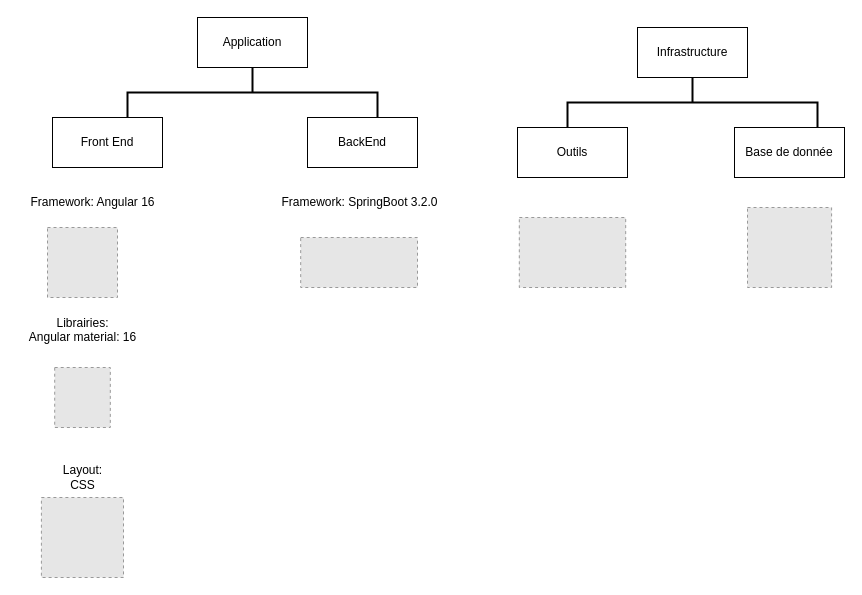
Ali0908/BDD_UML keeps this draw.io diagram as page "Schéma d'application" (5 of 5) of Diagramme sans nom.drawio. Above is the earlier version. Source tidied: cells renumbered, new cells numbered last; positions are measured from the earlier drawing's top-left corner, leaving out a move shared by most shapes. Both pictures are drawn from the tidied source at 100%, with x=0, y=0 at pixel (17, -33). Pictures stored in the file or linked from it are replaced by grey dashed boxes.
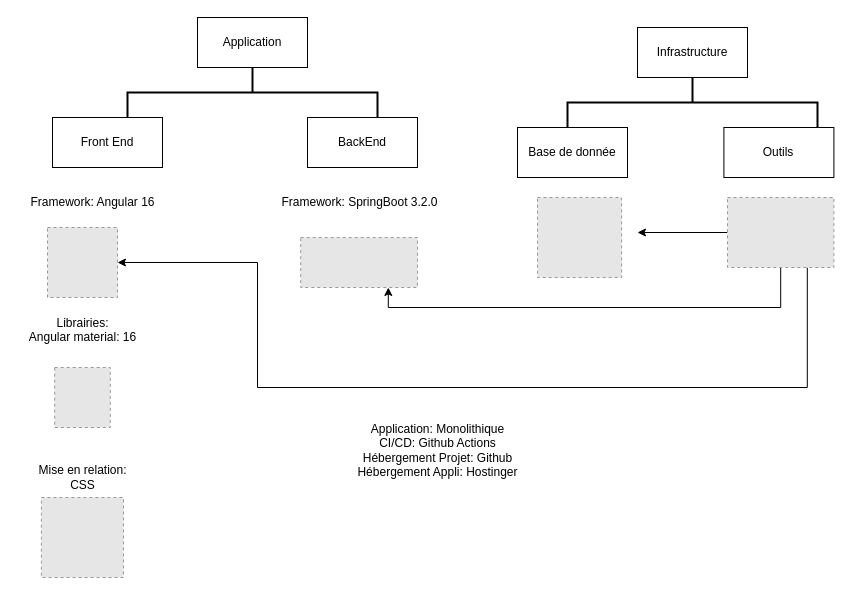
After the change.

Commit message:
Ajout des relations dans le schéma d'architecture

The change refers to these unchanged cells:
```xml
<mxCell id="6" style="fillColor=#E6E6E6;strokeColor=#999999;dashed=1;verticalLabelPosition=bottom;labelBackgroundColor=default;verticalAlign=top;" parent="1" vertex="1">
  <mxGeometry x="30" y="260" width="70" height="70" as="geometry" />
</mxCell>
<mxCell id="11" style="fillColor=#E6E6E6;strokeColor=#999999;dashed=1;verticalLabelPosition=bottom;labelBackgroundColor=default;verticalAlign=top;" parent="1" vertex="1">
  <mxGeometry x="283.2" y="270" width="116.8" height="50" as="geometry" />
</mxCell>
```

Change to the diagram source:
```diff
@@
-    <mxCell id="9" value="Layout:&lt;br&gt;CSS" style="text;html=1;align=center;verticalAlign=middle;strokeColor=none;fillColor=none;" parent="1" vertex="1">
-      <mxGeometry x="35" y="490" width="60" height="40" as="geometry" />
+    <mxCell id="9" value="Mise en relation:&lt;br&gt;CSS" style="text;html=1;align=center;verticalAlign=middle;strokeColor=none;fillColor=none;" parent="1" vertex="1">
+      <mxGeometry x="10" y="490" width="110" height="40" as="geometry" />
     </mxCell>
@@
+    <mxCell id="20" style="edgeStyle=orthogonalEdgeStyle;rounded=0;jettySize=auto;html=1;" parent="1" edge="1" source="13">
+      <mxGeometry relative="1" as="geometry">
+        <mxPoint x="620" y="265" as="targetPoint" />
+      </mxGeometry>
+    </mxCell>
+    <mxCell id="21" style="edgeStyle=orthogonalEdgeStyle;rounded=0;jettySize=auto;html=1;entryX=0.75;entryY=1;entryDx=0;entryDy=0;exitX=0.5;exitY=1;exitDx=0;exitDy=0;" parent="1" edge="1" source="13" target="11">
+      <mxGeometry relative="1" as="geometry" />
+    </mxCell>
+    <mxCell id="22" style="edgeStyle=orthogonalEdgeStyle;rounded=0;jettySize=auto;html=1;exitX=0.75;exitY=1;exitDx=0;exitDy=0;entryX=1;entryY=0.5;entryDx=0;entryDy=0;" parent="1" edge="1" source="13" target="6">
+      <mxGeometry relative="1" as="geometry">
+        <Array as="points">
+          <mxPoint x="790" y="420" />
+          <mxPoint x="240" y="420" />
+          <mxPoint x="240" y="295" />
+        </Array>
+      </mxGeometry>
+    </mxCell>
     <mxCell id="13" style="fillColor=#E6E6E6;strokeColor=#999999;dashed=1;verticalLabelPosition=bottom;labelBackgroundColor=default;verticalAlign=top;" parent="1" vertex="1">
-      <mxGeometry x="501.8" y="250" width="106.4" height="70" as="geometry" />
+      <mxGeometry x="710" y="230" width="106.4" height="70" as="geometry" />
     </mxCell>
@@
     <mxCell id="17" value="Outils" style="html=1;whiteSpace=wrap;" parent="1" vertex="1">
-      <mxGeometry x="500" y="160" width="110" height="50" as="geometry" />
+      <mxGeometry x="706.4" y="160" width="110" height="50" as="geometry" />
     </mxCell>
     <mxCell id="18" value="Base de donnée" style="html=1;whiteSpace=wrap;" parent="1" vertex="1">
-      <mxGeometry x="717" y="160" width="110" height="50" as="geometry" />
+      <mxGeometry x="500" y="160" width="110" height="50" as="geometry" />
     </mxCell>
     <mxCell id="19" style="fillColor=#E6E6E6;strokeColor=#999999;dashed=1;verticalLabelPosition=bottom;labelBackgroundColor=default;verticalAlign=top;" parent="1" vertex="1">
-      <mxGeometry x="730" y="240" width="84.1" height="80" as="geometry" />
+      <mxGeometry x="520" y="230" width="84.1" height="80" as="geometry" />
     </mxCell>
+    <mxCell id="23" value="Application: Monolithique&lt;br&gt;CI/CD: Github Actions&lt;br&gt;Hébergement Projet: Github&lt;br&gt;Hébergement Appli: Hostinger" style="text;html=1;align=center;verticalAlign=middle;strokeColor=none;fillColor=none;" parent="1" vertex="1">
+      <mxGeometry x="330" y="448" width="180" height="70" as="geometry" />
+    </mxCell>
```
